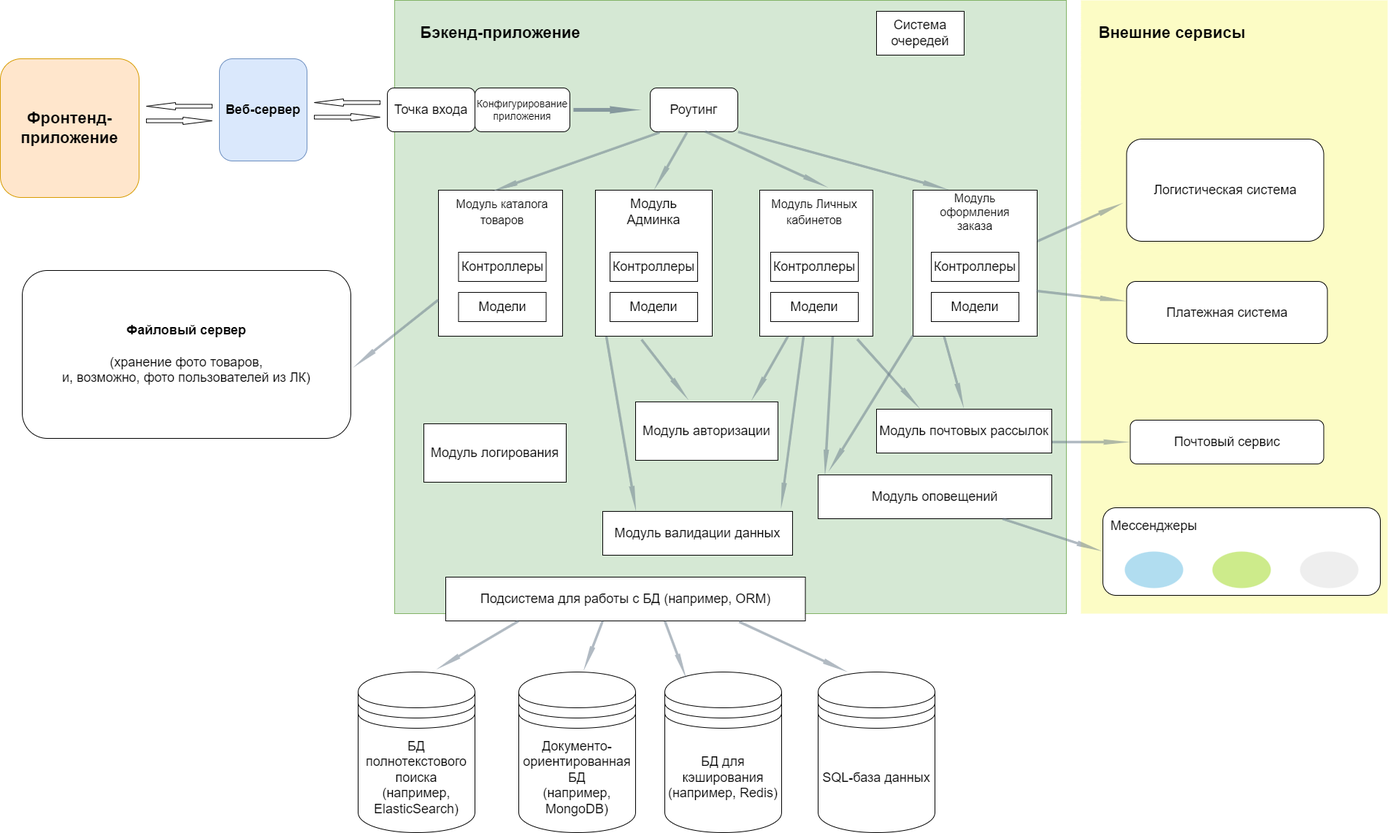
This is APP scheme.png from e-astapkovich/test_task_store, a draw.io export, as it was before one commit. Source tidied: cells renumbered, new cells last; positions are measured from the earlier drawing's top-left corner, leaving out a move shared by most shapes.
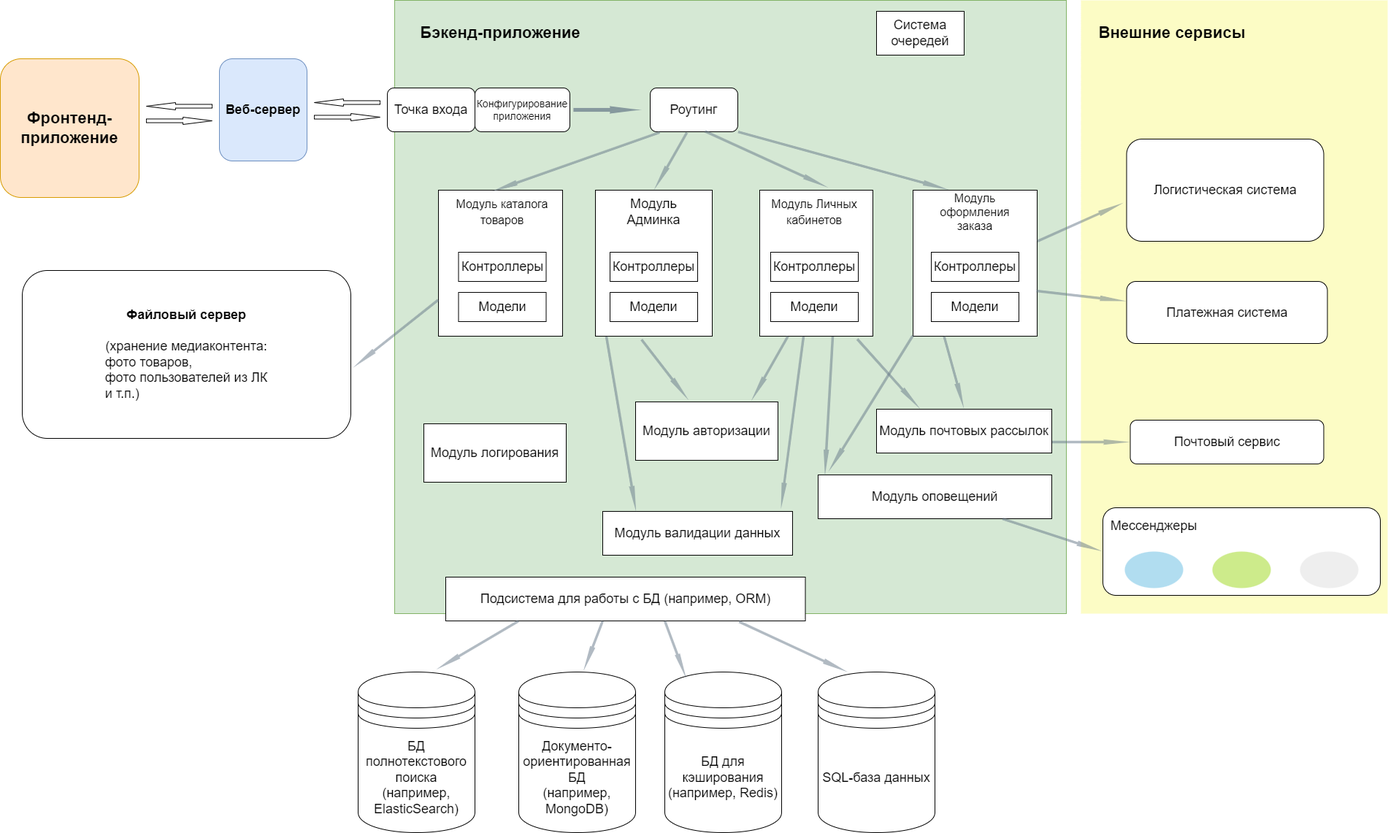
Later version of the same file.

Change to the diagram source:
```diff
@@ -56,7 +56,7 @@
     <mxCell id="19" value="&lt;font style=&quot;font-size: 18px;&quot;&gt;Модуль логирования&lt;/font&gt;" style="rounded=0;whiteSpace=wrap;html=1;fontSize=18;" parent="1" vertex="1">
       <mxGeometry x="580" y="580" width="195" height="80" as="geometry" />
     </mxCell>
-    <mxCell id="20" value="&lt;font style=&quot;font-size: 18px;&quot;&gt;&lt;b style=&quot;font-size: 18px;&quot;&gt;Файловый сервер&lt;br style=&quot;font-size: 18px;&quot;&gt;&lt;/b&gt;&lt;br style=&quot;font-size: 18px;&quot;&gt;(хранение фото товаров,&lt;br style=&quot;font-size: 18px;&quot;&gt;и, возможно, фото пользователей из ЛК)&lt;/font&gt;" style="rounded=1;whiteSpace=wrap;html=1;fontSize=18;" parent="1" vertex="1">
+    <mxCell id="20" value="&lt;font style=&quot;font-size: 18px;&quot;&gt;&lt;b style=&quot;font-size: 18px;&quot;&gt;Файловый сервер&lt;br style=&quot;font-size: 18px;&quot;&gt;&lt;/b&gt;&lt;br style=&quot;font-size: 18px;&quot;&gt;(хранение медиаконтента:&lt;br&gt;&lt;div style=&quot;text-align: left;&quot;&gt;&lt;span style=&quot;background-color: initial;&quot;&gt;фото товаров,&lt;/span&gt;&lt;/div&gt;фото пользователей из ЛК&lt;br&gt;&lt;div style=&quot;text-align: left;&quot;&gt;&lt;span style=&quot;background-color: initial;&quot;&gt;и т.п.)&lt;/span&gt;&lt;/div&gt;&lt;/font&gt;" style="rounded=1;whiteSpace=wrap;html=1;fontSize=18;" parent="1" vertex="1">
       <mxGeometry x="30" y="370" width="450" height="230" as="geometry" />
     </mxCell>
     <mxCell id="21" value="SQL-база данных" style="shape=datastore;whiteSpace=wrap;html=1;fontSize=18;" parent="1" vertex="1">
```
